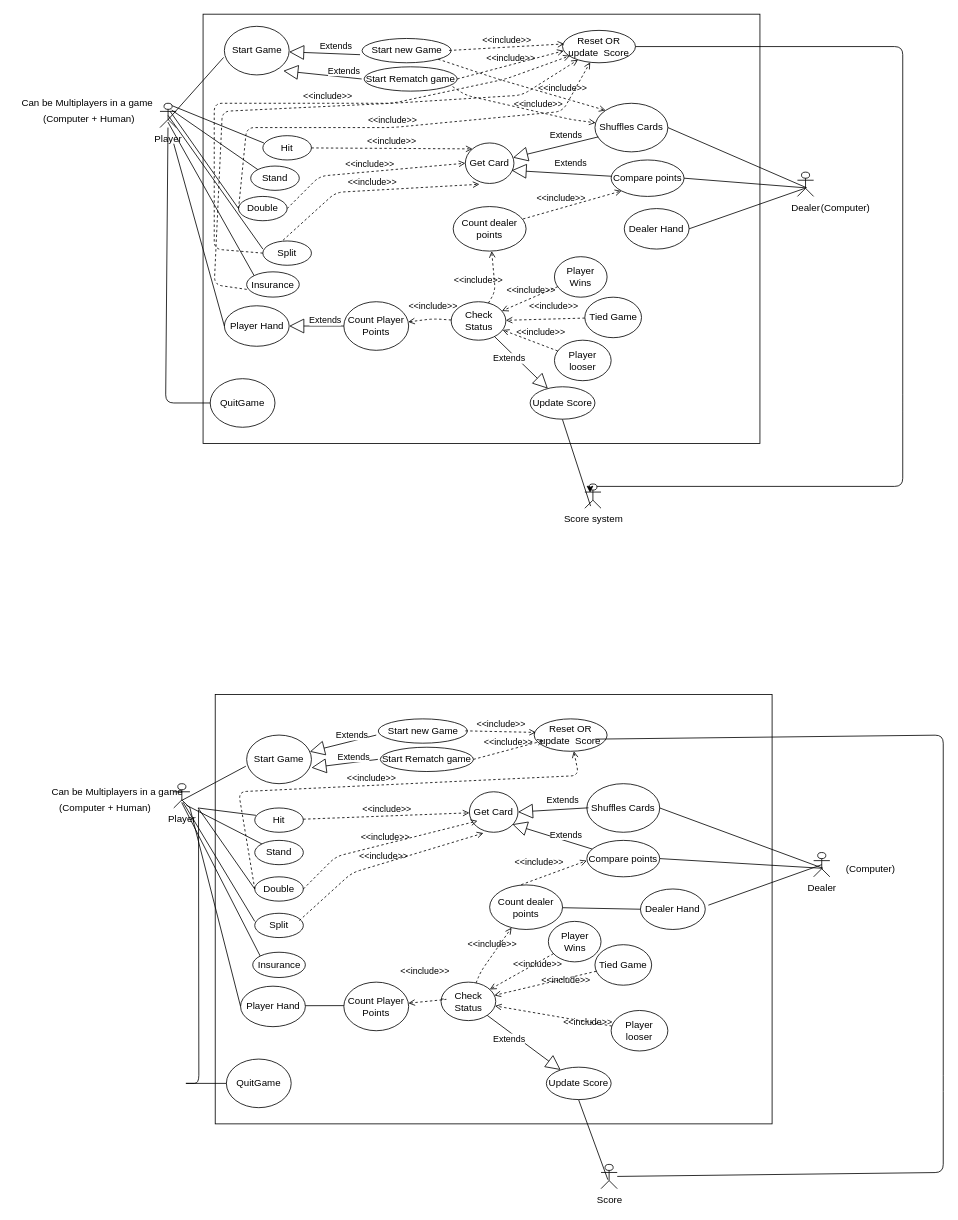
Marshood/BlackJack keeps this draw.io diagram as use_caseDiagram.drawio. Above is the earlier version. Source tidied: cells renumbered, new cells numbered last; positions are measured from the earlier drawing's top-left corner, leaving out a move shared by most shapes. Both pictures are drawn from the tidied source at 81%, with x=0, y=0 at pixel (14, 14).
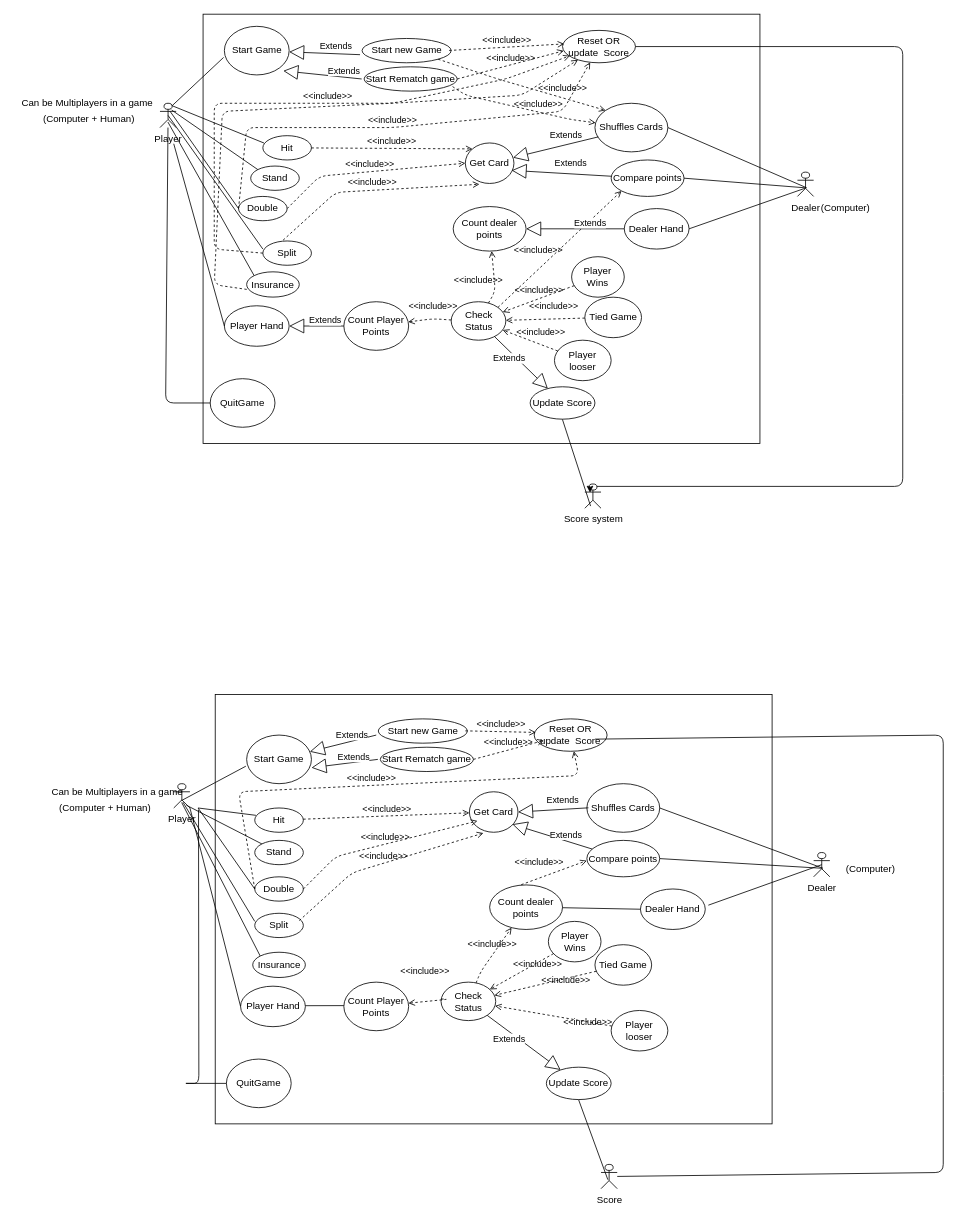
The same page after the edit.

Unchanged cells that the change refers to:
```xml
<mxCell id="64" value="Player&lt;br&gt;" style="shape=umlActor;verticalLabelPosition=bottom;verticalAlign=top;html=1;" parent="1" vertex="1">
  <mxGeometry x="180" y="110" width="20" height="30" as="geometry" />
</mxCell>
<mxCell id="71" value="Start Game&lt;br&gt;" style="ellipse;whiteSpace=wrap;html=1;" parent="1" vertex="1">
  <mxGeometry x="259.5" y="15" width="80" height="60" as="geometry" />
</mxCell>
<mxCell id="89" value="Count dealer points" style="ellipse;whiteSpace=wrap;html=1;" parent="1" vertex="1">
  <mxGeometry x="542" y="237.5" width="90" height="55" as="geometry" />
</mxCell>
<mxCell id="90" value="Compare points" style="ellipse;whiteSpace=wrap;html=1;" parent="1" vertex="1">
  <mxGeometry x="737" y="180" width="90" height="45" as="geometry" />
</mxCell>
<mxCell id="91" value="Check Status" style="ellipse;whiteSpace=wrap;html=1;" parent="1" vertex="1">
  <mxGeometry x="539.5" y="355" width="67.5" height="47.5" as="geometry" />
</mxCell>
<mxCell id="92" value="Dealer Hand" style="ellipse;whiteSpace=wrap;html=1;" parent="1" vertex="1">
  <mxGeometry x="753.2" y="240" width="80" height="50" as="geometry" />
</mxCell>
```

What changed in the source:
```diff
@@
-    <mxCell id="78" style="endArrow=none;html=1;entryX=-0.012;entryY=0.64;entryDx=0;entryDy=0;entryPerimeter=0;exitX=0.471;exitY=0.697;exitDx=0;exitDy=0;exitPerimeter=0;" parent="1" edge="1" source="64" target="71">
+    <mxCell id="78" style="endArrow=none;html=1;entryX=-0.012;entryY=0.64;entryDx=0;entryDy=0;entryPerimeter=0;exitX=0.75;exitY=0.1;exitDx=0;exitDy=0;exitPerimeter=0;" parent="1" edge="1" source="64" target="71">
       <mxGeometry relative="1" as="geometry" />
     </mxCell>
@@
-    <mxCell id="94" value="Player Wins" style="ellipse;whiteSpace=wrap;html=1;" parent="1" vertex="1">
-      <mxGeometry x="667" y="299.4" width="65" height="50" as="geometry" />
+    <mxCell id="94" value="Player Wins" style="ellipse;whiteSpace=wrap;html=1;direction=west;" parent="1" vertex="1">
+      <mxGeometry x="688.2" y="299.4" width="65" height="50" as="geometry" />
     </mxCell>
@@
-    <mxCell id="107" value="&amp;lt;&amp;lt;include&amp;gt;&amp;gt;" style="html=1;verticalAlign=bottom;labelBackgroundColor=none;endArrow=open;endFill=0;dashed=1;exitX=0.958;exitY=0.279;exitDx=0;exitDy=0;exitPerimeter=0;entryX=0;entryY=1;entryDx=0;entryDy=0;" parent="1" edge="1" source="89" target="90">
-      <mxGeometry x="-0.21" y="3" relative="1" as="geometry" />
+    <mxCell id="107" value="&amp;lt;&amp;lt;include&amp;gt;&amp;gt;" style="html=1;verticalAlign=bottom;labelBackgroundColor=none;endArrow=open;endFill=0;dashed=1;exitX=1;exitY=0;exitDx=0;exitDy=0;entryX=0;entryY=1;entryDx=0;entryDy=0;" parent="1" edge="1" source="91" target="90">
+      <mxGeometry x="-0.25" y="11" relative="1" as="geometry" />
     </mxCell>
@@
+    <mxCell id="128" value="Extends" style="endArrow=block;endSize=16;endFill=0;html=1;exitX=0;exitY=0.5;exitDx=0;exitDy=0;entryX=1;entryY=0.5;entryDx=0;entryDy=0;" parent="1" edge="1" source="92" target="89">
+      <mxGeometry x="-0.31" y="-7" relative="1" as="geometry" />
+    </mxCell>
```
